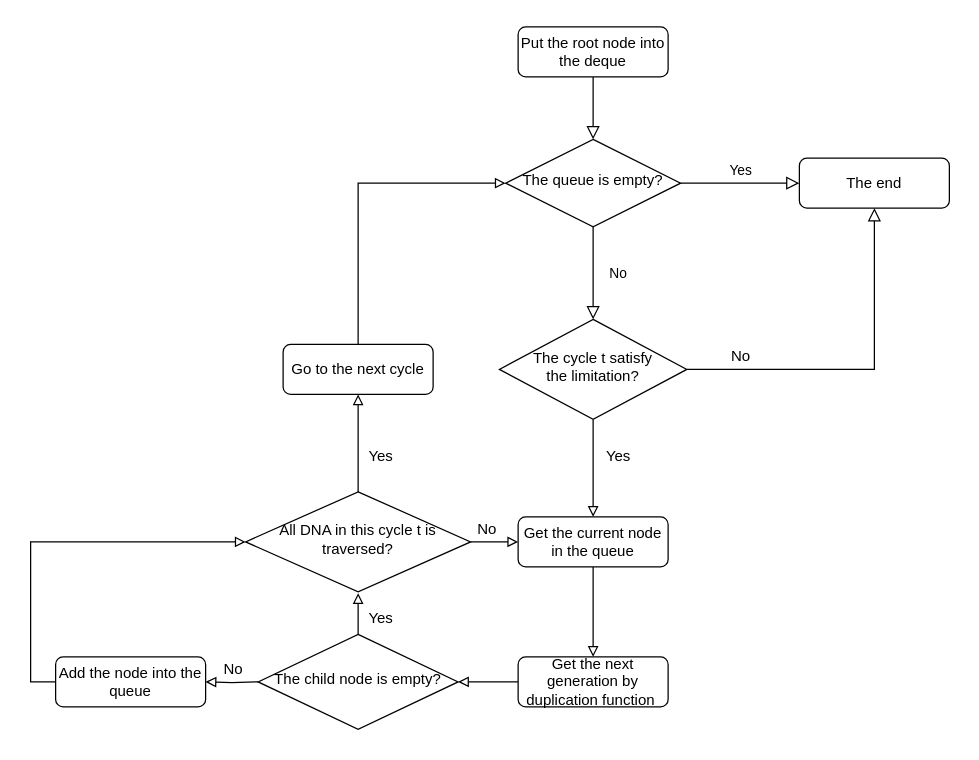
This is flowchartlevel.drawio from 16281022/os-lab1, a draw.io file, before an edit. Source tidied: cells renumbered, new cells numbered last; positions are measured from the earlier drawing's top-left corner, leaving out a move shared by most shapes. Both pictures are drawn from the tidied source at 125%, with x=0, y=0 at pixel (55, 26).
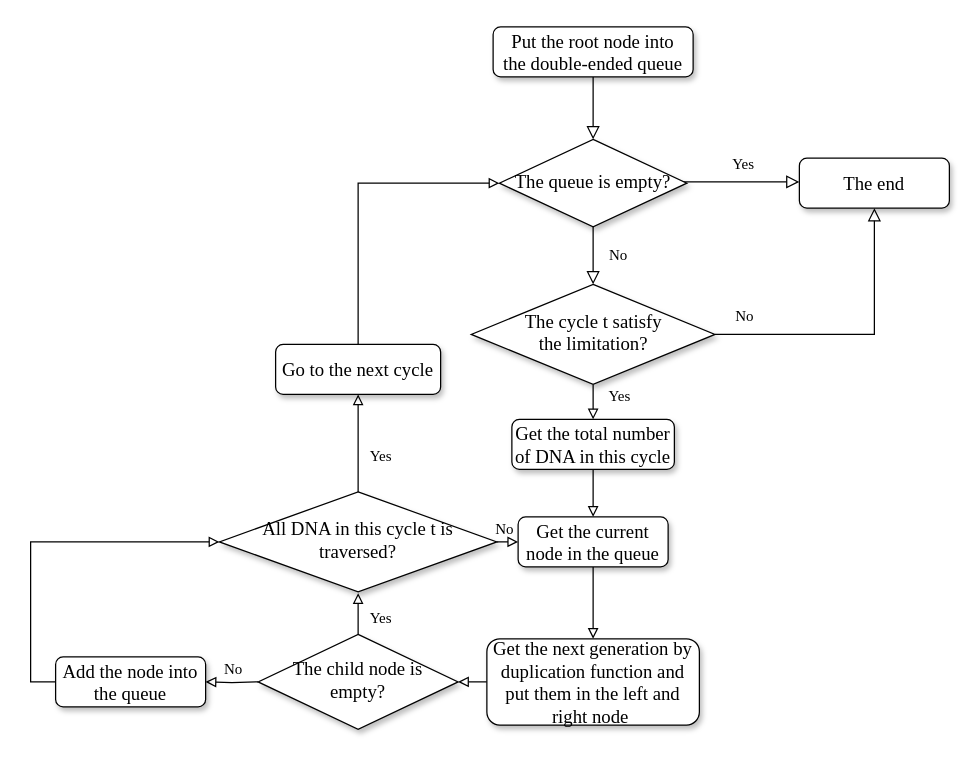
The same page after the edit.

Diff of the diagram source:
```diff
@@
-    <mxCell id="3" value="Put the root node into the deque" style="rounded=1;whiteSpace=wrap;html=1;fontSize=12;glass=0;strokeWidth=1;shadow=0;" parent="1" vertex="1">
-      <mxGeometry x="370" width="120" height="40" as="geometry" />
+    <mxCell id="3" value="&lt;font face=&quot;Times New Roman&quot; style=&quot;font-size: 15px;&quot;&gt;Put the root node into the&amp;nbsp;double-ended queue&lt;/font&gt;" style="rounded=1;whiteSpace=wrap;html=1;fontSize=12;glass=0;strokeWidth=1;shadow=1;" parent="1" vertex="1">
+      <mxGeometry x="350" width="160" height="40" as="geometry" />
     </mxCell>
-    <mxCell id="4" value="No" style="rounded=0;html=1;jettySize=auto;fontSize=11;endArrow=block;endFill=0;endSize=8;strokeWidth=1;shadow=0;labelBackgroundColor=none;edgeStyle=orthogonalEdgeStyle;" parent="1" edge="1" source="6" target="10">
+    <mxCell id="4" value="&lt;font style=&quot;font-size: 12px;&quot;&gt;No&lt;/font&gt;" style="rounded=0;html=1;jettySize=auto;fontSize=12;endArrow=block;endFill=0;endSize=8;strokeWidth=1;shadow=0;labelBackgroundColor=none;edgeStyle=orthogonalEdgeStyle;fontFamily=Times New Roman;" parent="1" edge="1" source="6" target="10">
       <mxGeometry y="20" relative="1" as="geometry" />
     </mxCell>
-    <mxCell id="5" value="Yes" style="edgeStyle=orthogonalEdgeStyle;rounded=0;html=1;jettySize=auto;fontSize=11;endArrow=block;endFill=0;endSize=8;strokeWidth=1;shadow=0;labelBackgroundColor=none;" parent="1" edge="1" source="6" target="7">
-      <mxGeometry y="10" relative="1" as="geometry" />
+    <mxCell id="5" value="&lt;font style=&quot;font-size: 12px;&quot;&gt;Yes&lt;/font&gt;" style="edgeStyle=orthogonalEdgeStyle;rounded=0;html=1;jettySize=auto;orthogonalLoop=1;fontSize=12;endArrow=block;endFill=0;endSize=8;strokeWidth=1;shadow=0;labelBackgroundColor=none;fontFamily=Times New Roman;" parent="1" edge="1">
+      <mxGeometry x="0.05" y="14" relative="1" as="geometry">
+        <mxPoint x="500" y="124" as="sourcePoint" />
+        <mxPoint x="595" y="124" as="targetPoint" />
+      </mxGeometry>
     </mxCell>
-    <mxCell id="6" value="The queue is empty?" style="rhombus;whiteSpace=wrap;html=1;shadow=0;fontFamily=Helvetica;fontSize=12;align=center;strokeWidth=1;spacing=6;spacingTop=-4;" parent="1" vertex="1">
-      <mxGeometry x="360" y="90" width="140" height="70" as="geometry" />
+    <mxCell id="6" value="&lt;font face=&quot;Times New Roman&quot; style=&quot;font-size: 15px;&quot;&gt;The queue is empty?&lt;/font&gt;" style="rhombus;whiteSpace=wrap;html=1;shadow=1;fontFamily=Helvetica;fontSize=12;align=center;strokeWidth=1;spacing=6;spacingTop=-4;sketch=0;" parent="1" vertex="1">
+      <mxGeometry x="355" y="90" width="150" height="70" as="geometry" />
     </mxCell>
-    <mxCell id="7" value="The end" style="rounded=1;whiteSpace=wrap;html=1;fontSize=12;glass=0;strokeWidth=1;shadow=0;" parent="1" vertex="1">
+    <mxCell id="7" value="&lt;font face=&quot;Times New Roman&quot; style=&quot;font-size: 15px;&quot;&gt;The end&lt;/font&gt;" style="rounded=1;whiteSpace=wrap;html=1;fontSize=12;glass=0;strokeWidth=1;shadow=1;" parent="1" vertex="1">
       <mxGeometry x="595" y="105" width="120" height="40" as="geometry" />
     </mxCell>
@@
-    <mxCell id="9" style="edgeStyle=orthogonalEdgeStyle;rounded=0;jettySize=auto;html=1;exitX=0.5;exitY=1;exitDx=0;exitDy=0;entryX=0.5;entryY=0;entryDx=0;entryDy=0;endArrow=block;endFill=0;" parent="1" edge="1" source="10" target="21">
-      <mxGeometry relative="1" as="geometry" />
-    </mxCell>
+    <mxCell id="31" style="edgeStyle=orthogonalEdgeStyle;rounded=0;jettySize=auto;html=1;exitX=0.5;exitY=1;exitDx=0;exitDy=0;entryX=0;entryY=1.15;entryDx=0;entryDy=0;entryPerimeter=0;endArrow=block;endFill=0;" parent="1" edge="1" source="10">
+      <mxGeometry relative="1" as="geometry">
+        <mxPoint x="430" y="314" as="targetPoint" />
+      </mxGeometry>
+    </mxCell>
-    <mxCell id="10" value="The cycle t satisfy&lt;br&gt;the limitation?" style="rhombus;whiteSpace=wrap;html=1;shadow=0;fontFamily=Helvetica;fontSize=12;align=center;strokeWidth=1;spacing=6;spacingTop=-4;" parent="1" vertex="1">
-      <mxGeometry x="355" y="234" width="150" height="80" as="geometry" />
+    <mxCell id="10" value="&lt;font face=&quot;Times New Roman&quot; style=&quot;font-size: 15px;&quot;&gt;The cycle t satisfy&lt;br&gt;the limitation?&lt;/font&gt;" style="rhombus;whiteSpace=wrap;html=1;shadow=1;fontFamily=Helvetica;fontSize=12;align=center;strokeWidth=1;spacing=6;spacingTop=-4;" parent="1" vertex="1">
+      <mxGeometry x="332.5" y="206" width="195" height="80" as="geometry" />
     </mxCell>
@@
-    <mxCell id="12" value="Get the next generation by duplication function&amp;nbsp;" style="rounded=1;whiteSpace=wrap;html=1;fontSize=12;glass=0;strokeWidth=1;shadow=0;" parent="1" vertex="1">
-      <mxGeometry x="370" y="504" width="120" height="40" as="geometry" />
+    <mxCell id="12" value="&lt;font face=&quot;Times New Roman&quot; style=&quot;font-size: 15px;&quot;&gt;Get the next generation by duplication function and put them in the left and right node&amp;nbsp;&lt;/font&gt;" style="rounded=1;whiteSpace=wrap;html=1;fontSize=12;glass=0;strokeWidth=1;shadow=1;" parent="1" vertex="1">
+      <mxGeometry x="345" y="489.5" width="170" height="69" as="geometry" />
     </mxCell>
-    <mxCell id="13" value="No" style="text;html=1;align=center;verticalAlign=middle;strokeColor=none;fillColor=none;" parent="1" vertex="1">
-      <mxGeometry x="533" y="254" width="30" height="20" as="geometry" />
+    <mxCell id="13" value="No" style="text;html=1;align=center;verticalAlign=middle;strokeColor=none;fillColor=none;fontFamily=Times New Roman;" parent="1" vertex="1">
+      <mxGeometry x="536" y="222" width="30" height="20" as="geometry" />
     </mxCell>
@@
-    <mxCell id="16" value="The child node is empty?" style="rhombus;whiteSpace=wrap;html=1;shadow=0;fontFamily=Helvetica;fontSize=12;align=center;strokeWidth=1;spacing=6;spacingTop=-4;" parent="1" vertex="1">
+    <mxCell id="16" value="&lt;font face=&quot;Times New Roman&quot; style=&quot;font-size: 15px;&quot;&gt;The child node is empty?&lt;/font&gt;" style="rhombus;whiteSpace=wrap;html=1;shadow=1;fontFamily=Helvetica;fontSize=12;align=center;strokeWidth=1;spacing=6;spacingTop=-4;" parent="1" vertex="1">
       <mxGeometry x="162" y="486" width="160" height="76" as="geometry" />
     </mxCell>
@@
-    <mxCell id="18" value="&lt;span style=&quot;font-family: &amp;#34;helvetica&amp;#34;&quot;&gt;Add the node into the queue&lt;/span&gt;" style="rounded=1;whiteSpace=wrap;html=1;fontSize=12;glass=0;strokeWidth=1;shadow=0;" parent="1" vertex="1">
+    <mxCell id="18" value="&lt;font face=&quot;Times New Roman&quot; style=&quot;font-size: 15px;&quot;&gt;Add the node into the queue&lt;/font&gt;" style="rounded=1;whiteSpace=wrap;html=1;fontSize=12;glass=0;strokeWidth=1;shadow=1;" parent="1" vertex="1">
       <mxGeometry y="504" width="120" height="40" as="geometry" />
     </mxCell>
-    <mxCell id="19" value="No" style="text;html=1;align=center;verticalAlign=middle;strokeColor=none;fillColor=none;" parent="1" vertex="1">
+    <mxCell id="19" value="No" style="text;html=1;align=center;verticalAlign=middle;strokeColor=none;fillColor=none;fontFamily=Times New Roman;" parent="1" vertex="1">
       <mxGeometry x="127" y="504" width="30" height="20" as="geometry" />
     </mxCell>
@@
-    <mxCell id="21" value="Get the current node in the queue" style="rounded=1;whiteSpace=wrap;html=1;fontSize=12;glass=0;strokeWidth=1;shadow=0;" parent="1" vertex="1">
+    <mxCell id="21" value="&lt;font face=&quot;Times New Roman&quot; style=&quot;font-size: 15px;&quot;&gt;Get the current node in the queue&lt;/font&gt;" style="rounded=1;whiteSpace=wrap;html=1;fontSize=12;glass=0;strokeWidth=1;shadow=1;" parent="1" vertex="1">
       <mxGeometry x="370" y="392" width="120" height="40" as="geometry" />
     </mxCell>
-    <mxCell id="22" value="No" style="text;html=1;align=center;verticalAlign=middle;strokeColor=none;fillColor=none;" parent="1" vertex="1">
-      <mxGeometry x="330" y="392" width="30" height="20" as="geometry" />
+    <mxCell id="22" value="No" style="text;html=1;align=center;verticalAlign=middle;strokeColor=none;fillColor=none;fontFamily=Times New Roman;" parent="1" vertex="1">
+      <mxGeometry x="344" y="392" width="30" height="20" as="geometry" />
     </mxCell>
@@
-    <mxCell id="25" value="All DNA in this cycle t is traversed?" style="rhombus;whiteSpace=wrap;html=1;shadow=0;fontFamily=Helvetica;fontSize=12;align=center;strokeWidth=1;spacing=6;spacingTop=-4;" parent="1" vertex="1">
-      <mxGeometry x="152" y="372" width="180" height="80" as="geometry" />
+    <mxCell id="25" value="&lt;font face=&quot;Times New Roman&quot; style=&quot;font-size: 15px;&quot;&gt;All DNA in this cycle t is traversed?&lt;/font&gt;" style="rhombus;whiteSpace=wrap;html=1;shadow=1;fontFamily=Helvetica;fontSize=12;align=center;strokeWidth=1;spacing=6;spacingTop=-4;" parent="1" vertex="1">
+      <mxGeometry x="131" y="372" width="222" height="80" as="geometry" />
     </mxCell>
-    <mxCell id="26" value="Yes" style="text;html=1;align=center;verticalAlign=middle;strokeColor=none;fillColor=none;" parent="1" vertex="1">
-      <mxGeometry x="240" y="334" width="40" height="20" as="geometry" />
+    <mxCell id="26" value="Yes" style="text;html=1;align=center;verticalAlign=middle;strokeColor=none;fillColor=none;fontFamily=Times New Roman;" parent="1" vertex="1">
+      <mxGeometry x="245" y="334" width="30" height="20" as="geometry" />
     </mxCell>
-    <mxCell id="27" value="Yes" style="text;html=1;align=center;verticalAlign=middle;strokeColor=none;fillColor=none;" parent="1" vertex="1">
-      <mxGeometry x="430" y="334" width="40" height="20" as="geometry" />
-    </mxCell>
@@
-    <mxCell id="29" value="Go to the next cycle" style="rounded=1;whiteSpace=wrap;html=1;fontSize=12;glass=0;strokeWidth=1;shadow=0;" parent="1" vertex="1">
-      <mxGeometry x="182" y="254" width="120" height="40" as="geometry" />
+    <mxCell id="29" value="&lt;font face=&quot;Times New Roman&quot; style=&quot;font-size: 15px;&quot;&gt;Go to the next cycle&lt;/font&gt;" style="rounded=1;whiteSpace=wrap;html=1;fontSize=12;glass=0;strokeWidth=1;shadow=1;" parent="1" vertex="1">
+      <mxGeometry x="176" y="254" width="132" height="40" as="geometry" />
     </mxCell>
-    <mxCell id="30" value="Yes" style="text;html=1;align=center;verticalAlign=middle;strokeColor=none;fillColor=none;" parent="1" vertex="1">
-      <mxGeometry x="240" y="463" width="40" height="20" as="geometry" />
+    <mxCell id="30" value="Yes" style="text;html=1;align=center;verticalAlign=middle;strokeColor=none;fillColor=none;fontFamily=Times New Roman;" parent="1" vertex="1">
+      <mxGeometry x="245" y="463" width="30" height="20" as="geometry" />
     </mxCell>
+    <mxCell id="32" style="edgeStyle=orthogonalEdgeStyle;rounded=0;jettySize=auto;html=1;exitX=0.5;exitY=1;exitDx=0;exitDy=0;entryX=0.5;entryY=0;entryDx=0;entryDy=0;endArrow=block;endFill=0;" parent="1" edge="1" source="33" target="21">
+      <mxGeometry relative="1" as="geometry" />
+    </mxCell>
+    <mxCell id="33" value="&lt;font face=&quot;Times New Roman&quot; style=&quot;font-size: 15px;&quot;&gt;Get the total number of DNA in this cycle&lt;/font&gt;" style="rounded=1;whiteSpace=wrap;html=1;fontSize=12;glass=0;strokeWidth=1;shadow=1;" parent="1" vertex="1">
+      <mxGeometry x="365" y="314" width="130" height="40" as="geometry" />
+    </mxCell>
+    <mxCell id="27" value="Yes" style="text;html=1;align=center;verticalAlign=middle;strokeColor=none;fillColor=none;fontFamily=Times New Roman;" parent="1" vertex="1">
+      <mxGeometry x="436" y="286" width="30" height="20" as="geometry" />
+    </mxCell>
```
